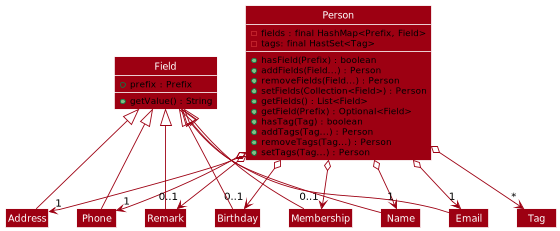
Above: docs/images/PersonClassDiagram.png in nus-cs2103-AY2122S2/tp (PlantUML), before the change.
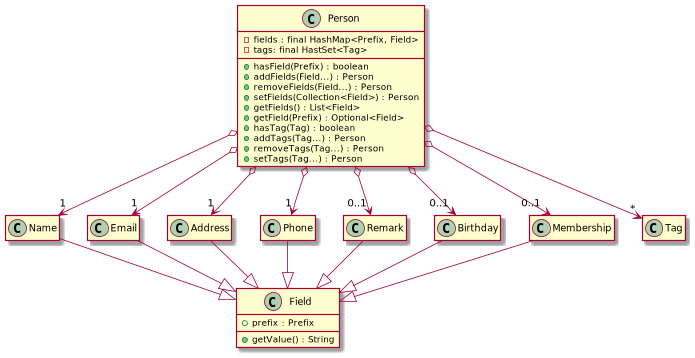
The same file after the commit.

The edit, as a diff of the source:
```diff
@@ -1,8 +1,5 @@
 @startuml
-!include style.puml
-skinparam arrowThickness 1.1
-skinparam arrowColor MODEL_COLOR
-skinparam classBackgroundColor MODEL_COLOR
+hide empty members
 
 class Person {
     - fields : final HashMap<Prefix, Field>
@@ -44,12 +41,12 @@
 Person o--> "0..1" Membership
 Person o--> "*" Tag
 
-Name -up-|> Field
-Email -up-|> Field
-Address -up-|> Field
-Phone -up-|> Field
-Remark -up-|> Field
-Birthday -up-|> Field
-Membership -up-|> Field
+Name --|> Field
+Email --|> Field
+Address --|> Field
+Phone --|> Field
+Remark --|> Field
+Birthday --|> Field
+Membership --|> Field
 
 @enduml
```
